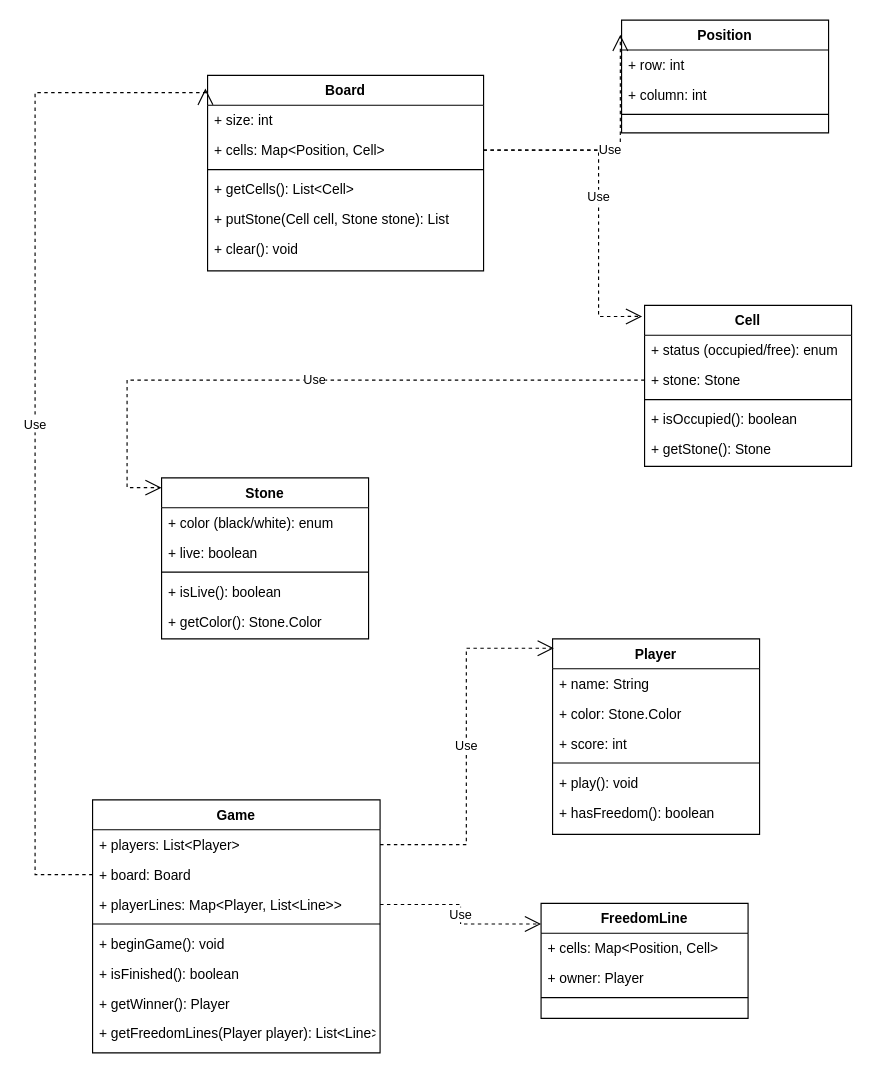
Earlier version of the draw.io diagram class_diagram.drawio (peiva-git/SDM_project). Source tidied: cells renumbered, new cells numbered last; positions are measured from the earlier drawing's top-left corner, leaving out a move shared by most shapes. Both pictures are drawn from the tidied source at 115%, with x=0, y=0 at pixel (34, 20).
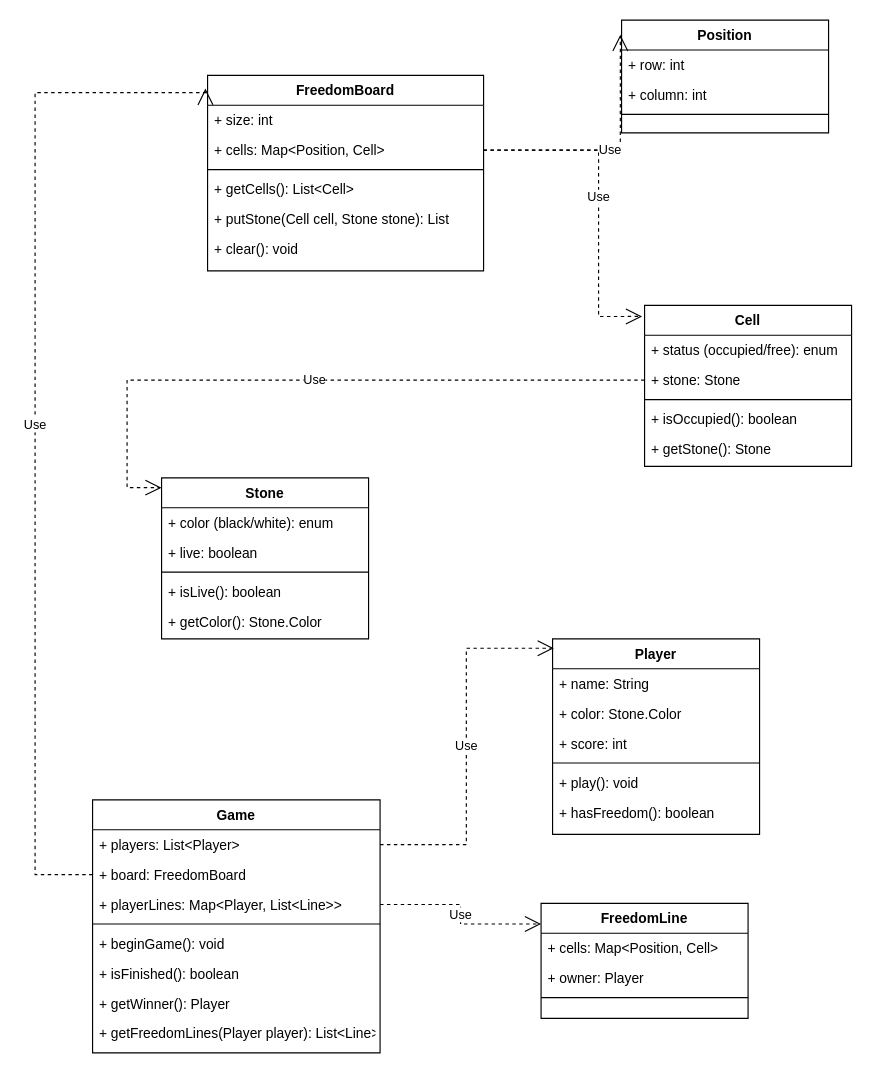
The same page after the edit.

Unchanged cells that the change refers to:
```xml
<mxCell id="30" value="Game" style="swimlane;fontStyle=1;align=center;verticalAlign=top;horizontal=1;startSize=26;rounded=0;shadow=0;strokeWidth=1;" parent="1" vertex="1">
  <mxGeometry x="50" y="678" width="250" height="220" as="geometry" />
</mxCell>
```

Diff of the diagram source:
```diff
@@
-    <mxCell id="2" value="Board" style="swimlane;fontStyle=1;align=center;verticalAlign=top;horizontal=1;startSize=26;rounded=0;shadow=0;strokeWidth=1;" parent="1" vertex="1">
+    <mxCell id="2" value="FreedomBoard" style="swimlane;fontStyle=1;align=center;verticalAlign=top;horizontal=1;startSize=26;rounded=0;shadow=0;strokeWidth=1;" parent="1" vertex="1">
       <mxGeometry x="150" y="48" width="240" height="170" as="geometry" />
     </mxCell>
@@
-    <mxCell id="32" value="+ board: Board&#10;" style="text;align=left;verticalAlign=top;spacingLeft=4;spacingRight=4;overflow=hidden;points=[[0,0.5],[1,0.5]];portConstraint=eastwest;" parent="30" vertex="1">
+    <mxCell id="32" value="+ board: FreedomBoard&#10;" style="text;align=left;verticalAlign=top;spacingLeft=4;spacingRight=4;overflow=hidden;points=[[0,0.5],[1,0.5]];portConstraint=eastwest;" parent="30" vertex="1">
       <mxGeometry y="52" width="250" height="26" as="geometry" />
     </mxCell>
```
